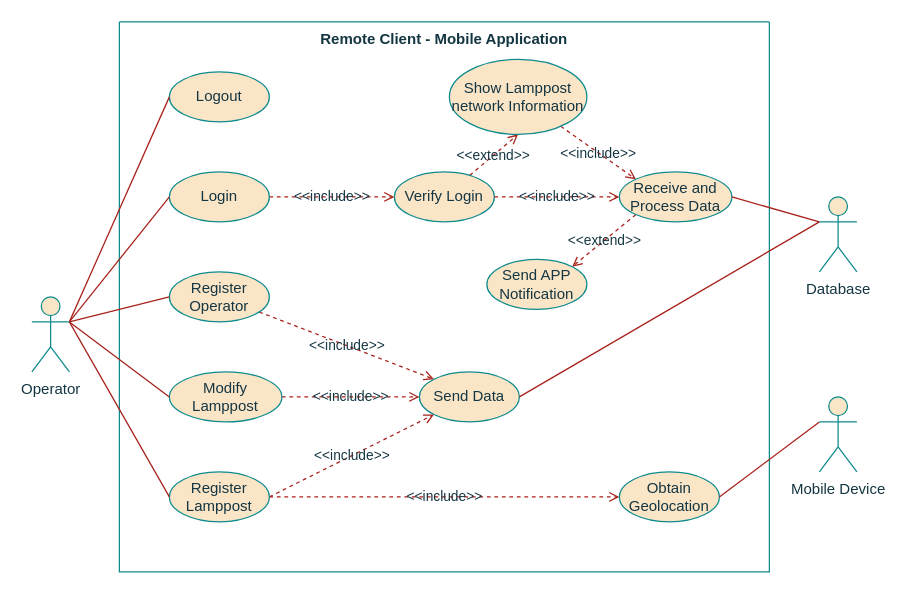
Before: page "AppSystem_UseCases" (1 of 6) of project/report/flowcharts/RemoteSystem.drawio in ESRGgroup9/slipad, a draw.io diagram. Source tidied: cells renumbered, new cells numbered last; positions are measured from the earlier drawing's top-left corner, leaving out a move shared by most shapes. Both pictures are drawn from the tidied source at 125%, with x=0, y=0 at pixel (31, 21).
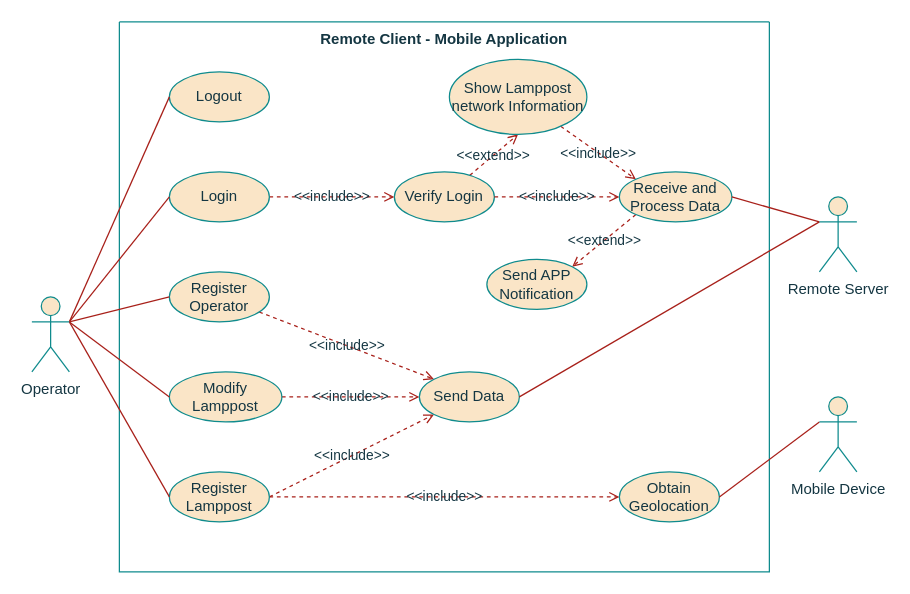
Above is the later version.

The edit, as a diff of the source:
```diff
@@
-    <mxCell id="33" value="&lt;div&gt;Database&lt;/div&gt;" style="shape=umlActor;verticalLabelPosition=bottom;verticalAlign=top;html=1;outlineConnect=0;fillColor=#FAE5C7;strokeColor=#0F8B8D;fontColor=#143642;" parent="1" vertex="1">
+    <mxCell id="33" value="Remote Server" style="shape=umlActor;verticalLabelPosition=bottom;verticalAlign=top;html=1;outlineConnect=0;fillColor=#FAE5C7;strokeColor=#0F8B8D;fontColor=#143642;" parent="1" vertex="1">
       <mxGeometry x="630" y="140" width="30" height="60" as="geometry" />
     </mxCell>
```
